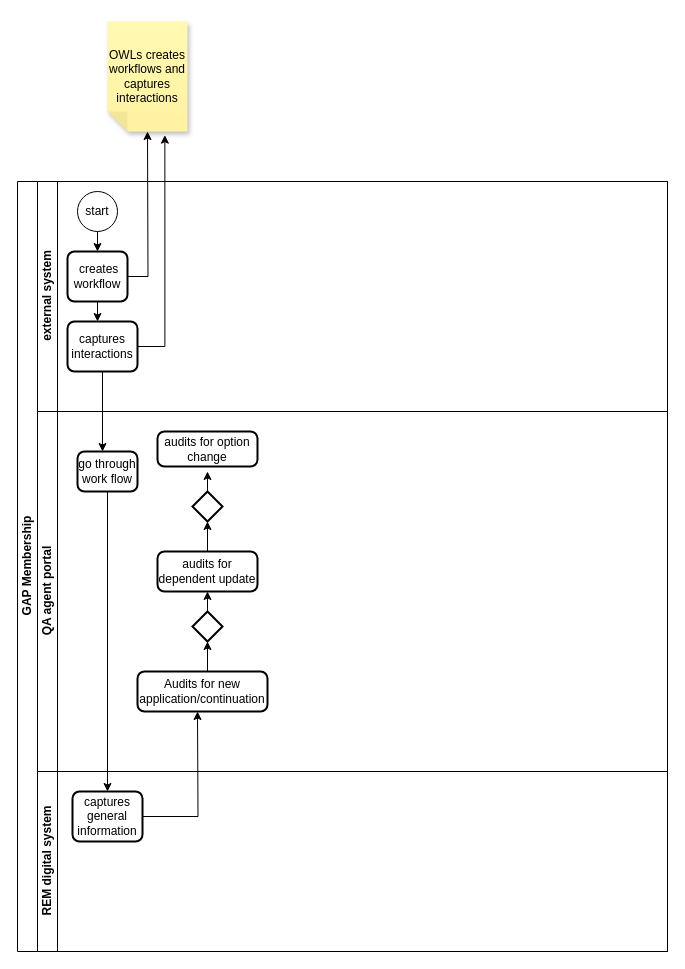
Earlier version of the draw.io diagram GAPmembership.drawio (TJ-Kwetsane1993/Thato). Source tidied: cells renumbered, new cells numbered last; positions are measured from the earlier drawing's top-left corner, leaving out a move shared by most shapes. Both pictures are drawn from the tidied source at 100%, with x=0, y=0 at pixel (17, 21).
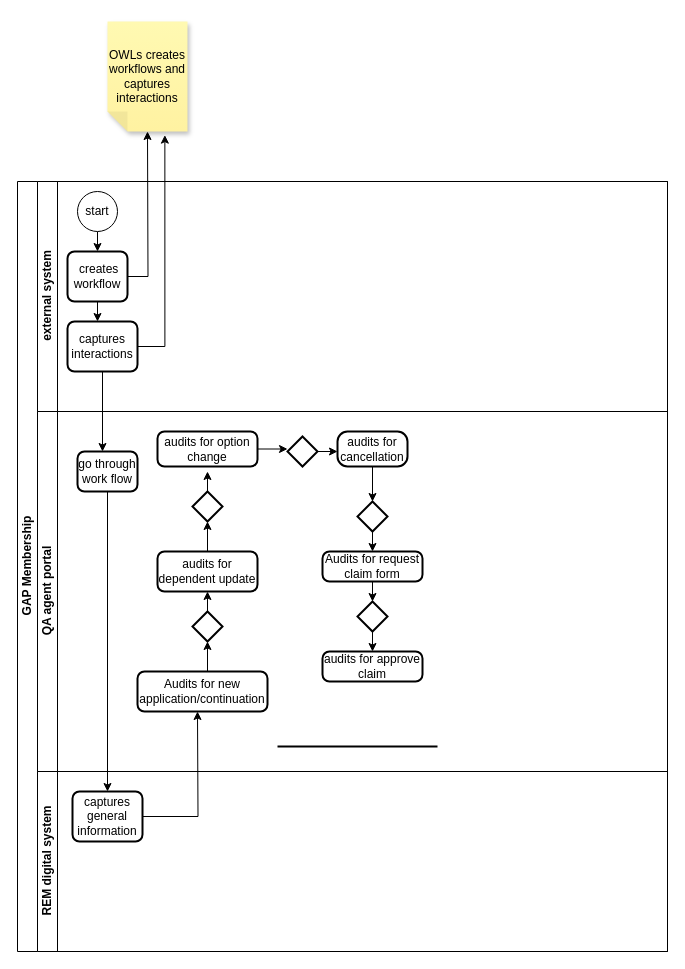
Above is the later version.

The change refers to these unchanged cells:
```xml
<mxCell id="11" value="QA agent portal" style="swimlane;html=1;startSize=20;horizontal=0;" parent="2" vertex="1">
  <mxGeometry x="20" y="230" width="630" height="360" as="geometry" />
</mxCell>
<mxCell id="21" value="audits for option change" style="rounded=1;whiteSpace=wrap;html=1;absoluteArcSize=1;arcSize=14;strokeWidth=2;" parent="11" vertex="1">
  <mxGeometry x="120" y="20" width="100" height="35" as="geometry" />
</mxCell>
```

What changed in the source:
```diff
@@
+    <mxCell id="28" style="edgeStyle=orthogonalEdgeStyle;rounded=0;jettySize=auto;html=1;exitX=1;exitY=0.5;exitDx=0;exitDy=0;" parent="11" edge="1" source="21">
+      <mxGeometry relative="1" as="geometry">
+        <mxPoint x="250" y="38" as="targetPoint" />
+      </mxGeometry>
+    </mxCell>
@@
+    <mxCell id="29" style="edgeStyle=orthogonalEdgeStyle;rounded=0;jettySize=auto;html=1;exitX=0.5;exitY=1;exitDx=0;exitDy=0;" parent="11" edge="1" source="30">
+      <mxGeometry relative="1" as="geometry">
+        <mxPoint x="335" y="90" as="targetPoint" />
+      </mxGeometry>
+    </mxCell>
+    <mxCell id="30" value="audits for cancellation" style="rounded=1;whiteSpace=wrap;html=1;absoluteArcSize=1;arcSize=20;strokeWidth=2;" parent="11" vertex="1">
+      <mxGeometry x="300" y="20" width="70" height="35" as="geometry" />
+    </mxCell>
+    <mxCell id="31" style="edgeStyle=orthogonalEdgeStyle;rounded=0;jettySize=auto;html=1;exitX=1;exitY=0.5;exitDx=0;exitDy=0;exitPerimeter=0;" parent="11" edge="1" source="32">
+      <mxGeometry relative="1" as="geometry">
+        <mxPoint x="300" y="40" as="targetPoint" />
+      </mxGeometry>
+    </mxCell>
+    <mxCell id="32" style="strokeWidth=2;html=1;shape=mxgraph.flowchart.decision;whiteSpace=wrap;" parent="11" vertex="1">
+      <mxGeometry x="250" y="25" width="30" height="30" as="geometry" />
+    </mxCell>
+    <mxCell id="33" style="edgeStyle=orthogonalEdgeStyle;rounded=0;jettySize=auto;html=1;exitX=0.5;exitY=1;exitDx=0;exitDy=0;exitPerimeter=0;" parent="11" edge="1" source="34">
+      <mxGeometry relative="1" as="geometry">
+        <mxPoint x="335" y="140" as="targetPoint" />
+      </mxGeometry>
+    </mxCell>
+    <mxCell id="34" style="strokeWidth=2;html=1;shape=mxgraph.flowchart.decision;whiteSpace=wrap;" parent="11" vertex="1">
+      <mxGeometry x="320" y="90" width="30" height="30" as="geometry" />
+    </mxCell>
+    <mxCell id="35" style="edgeStyle=orthogonalEdgeStyle;rounded=0;jettySize=auto;html=1;exitX=0.5;exitY=1;exitDx=0;exitDy=0;" parent="11" edge="1" source="36">
+      <mxGeometry relative="1" as="geometry">
+        <mxPoint x="335" y="190" as="targetPoint" />
+      </mxGeometry>
+    </mxCell>
+    <mxCell id="36" value="Audits for request claim form" style="rounded=1;whiteSpace=wrap;html=1;absoluteArcSize=1;arcSize=14;strokeWidth=2;" parent="11" vertex="1">
+      <mxGeometry x="285" y="140" width="100" height="30" as="geometry" />
+    </mxCell>
+    <mxCell id="37" style="edgeStyle=orthogonalEdgeStyle;rounded=0;jettySize=auto;html=1;exitX=0.5;exitY=1;exitDx=0;exitDy=0;exitPerimeter=0;" parent="11" edge="1" source="38">
+      <mxGeometry relative="1" as="geometry">
+        <mxPoint x="335" y="240" as="targetPoint" />
+      </mxGeometry>
+    </mxCell>
+    <mxCell id="38" style="strokeWidth=2;html=1;shape=mxgraph.flowchart.decision;whiteSpace=wrap;" parent="11" vertex="1">
+      <mxGeometry x="320" y="190" width="30" height="30" as="geometry" />
+    </mxCell>
+    <mxCell id="39" value="audits for approve claim" style="rounded=1;whiteSpace=wrap;html=1;absoluteArcSize=1;arcSize=14;strokeWidth=2;" parent="11" vertex="1">
+      <mxGeometry x="285" y="240" width="100" height="30" as="geometry" />
+    </mxCell>
+    <mxCell id="40" style="line;strokeWidth=2;html=1;" parent="11" vertex="1">
+      <mxGeometry x="240" y="330" width="160" height="10" as="geometry" />
+    </mxCell>
```
